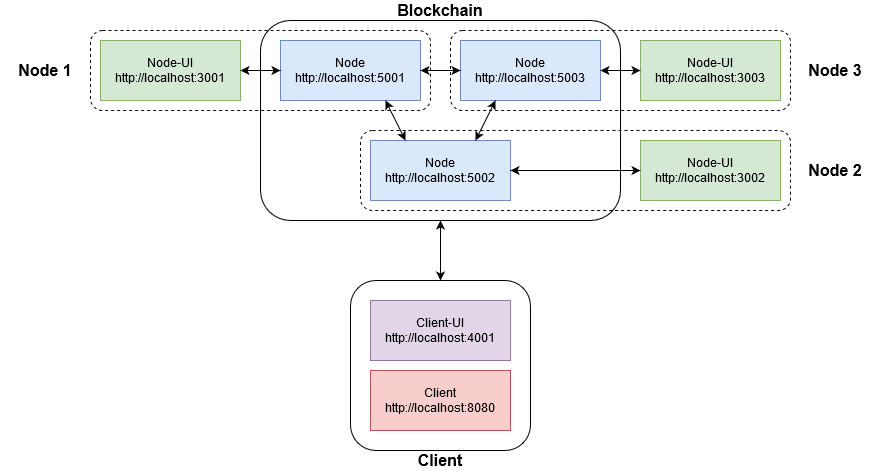
The draw.io diagram img-readme/ExampleArchitecture.png in mirooon/GoBlockchain, before a commit. Source tidied: cells renumbered, new cells last; positions are measured from the earlier drawing's top-left corner, leaving out a move shared by most shapes. Source of this version:
```xml
<mxGraphModel>
  <root>
    <mxCell id="0" />
    <mxCell id="1" parent="0" />
    <mxCell id="2" style="rounded=1;whiteSpace=wrap;html=1;fillColor=none;dashed=1;" parent="1" vertex="1">
      <mxGeometry x="90" y="30" width="340" height="80" as="geometry" />
    </mxCell>
    <mxCell id="3" value="&lt;div&gt;Node&lt;/div&gt;&lt;div&gt;http://localhost:5003&lt;br&gt;&lt;/div&gt;" style="rounded=0;whiteSpace=wrap;html=1;fillColor=#dae8fc;strokeColor=#6c8ebf;" parent="1" vertex="1">
      <mxGeometry x="460" y="40" width="140" height="60" as="geometry" />
    </mxCell>
    <mxCell id="4" value="&lt;div&gt;Node-UI&lt;/div&gt;&lt;div&gt;http://localhost:3003&lt;br&gt;&lt;/div&gt;" style="rounded=0;whiteSpace=wrap;html=1;fillColor=#d5e8d4;strokeColor=#82b366;" parent="1" vertex="1">
      <mxGeometry x="640" y="40" width="140" height="60" as="geometry" />
    </mxCell>
    <mxCell id="5" value="&lt;div&gt;Node&lt;/div&gt;&lt;div&gt;http://localhost:5001&lt;/div&gt;" style="rounded=0;whiteSpace=wrap;html=1;fillColor=#dae8fc;strokeColor=#6c8ebf;" parent="1" vertex="1">
      <mxGeometry x="280" y="40" width="140" height="60" as="geometry" />
    </mxCell>
    <mxCell id="6" value="&lt;div&gt;Node-UI&lt;/div&gt;&lt;div&gt;http://localhost:3001&lt;br&gt;&lt;/div&gt;" style="rounded=0;whiteSpace=wrap;html=1;fillColor=#d5e8d4;strokeColor=#82b366;" parent="1" vertex="1">
      <mxGeometry x="100" y="40" width="140" height="60" as="geometry" />
    </mxCell>
    <mxCell id="7" value="&lt;div&gt;Node&lt;/div&gt;&lt;div&gt;http://localhost:5002&lt;/div&gt;" style="rounded=0;whiteSpace=wrap;html=1;fillColor=#dae8fc;strokeColor=#6c8ebf;" parent="1" vertex="1">
      <mxGeometry x="370" y="140" width="140" height="60" as="geometry" />
    </mxCell>
    <mxCell id="8" value="&lt;div&gt;Client-UI&lt;/div&gt;&lt;div&gt;http://localhost:4001&lt;/div&gt;" style="rounded=0;whiteSpace=wrap;html=1;fillColor=#e1d5e7;strokeColor=#9673a6;" parent="1" vertex="1">
      <mxGeometry x="370" y="300" width="140" height="60" as="geometry" />
    </mxCell>
    <mxCell id="9" value="&lt;div&gt;Client&lt;br&gt;&lt;/div&gt;&lt;div&gt;http://localhost:8080&lt;/div&gt;" style="rounded=0;whiteSpace=wrap;html=1;fillColor=#f8cecc;strokeColor=#b85450;" parent="1" vertex="1">
      <mxGeometry x="370" y="370" width="140" height="60" as="geometry" />
    </mxCell>
    <mxCell id="10" style="endArrow=classic;startArrow=classic;html=1;entryX=0.5;entryY=1;entryDx=0;entryDy=0;exitX=0.5;exitY=0;exitDx=0;exitDy=0;" parent="1" edge="1" source="11" target="13">
      <mxGeometry relative="1" as="geometry" />
    </mxCell>
    <mxCell id="11" style="rounded=1;whiteSpace=wrap;html=1;fillColor=none;" parent="1" vertex="1">
      <mxGeometry x="350" y="280" width="180" height="170" as="geometry" />
    </mxCell>
    <mxCell id="12" value="&lt;div style=&quot;font-size: 16px&quot;&gt;&lt;b&gt;&lt;font style=&quot;font-size: 16px&quot;&gt;Client&lt;/font&gt;&lt;/b&gt;&lt;/div&gt;" style="text;html=1;strokeColor=none;fillColor=none;align=center;verticalAlign=middle;whiteSpace=wrap;rounded=0;" parent="1" vertex="1">
      <mxGeometry x="420" y="450" width="40" height="20" as="geometry" />
    </mxCell>
    <mxCell id="13" style="rounded=1;whiteSpace=wrap;html=1;fillColor=none;" parent="1" vertex="1">
      <mxGeometry x="260" y="20" width="360" height="200" as="geometry" />
    </mxCell>
    <mxCell id="14" value="&lt;b&gt;&lt;font style=&quot;font-size: 16px&quot;&gt;Blockchain&lt;/font&gt;&lt;/b&gt;" style="text;html=1;strokeColor=none;fillColor=none;align=center;verticalAlign=middle;whiteSpace=wrap;rounded=0;" parent="1" vertex="1">
      <mxGeometry x="420" width="40" height="20" as="geometry" />
    </mxCell>
    <mxCell id="15" value="&lt;div&gt;Node-UI&lt;/div&gt;&lt;div&gt;http://localhost:3002&lt;br&gt;&lt;/div&gt;" style="rounded=0;whiteSpace=wrap;html=1;fillColor=#d5e8d4;strokeColor=#82b366;" parent="1" vertex="1">
      <mxGeometry x="640" y="140" width="140" height="60" as="geometry" />
    </mxCell>
    <mxCell id="16" style="endArrow=classic;startArrow=classic;html=1;entryX=0;entryY=0.5;entryDx=0;entryDy=0;exitX=1;exitY=0.5;exitDx=0;exitDy=0;" parent="1" edge="1" source="6" target="5">
      <mxGeometry relative="1" as="geometry" />
    </mxCell>
    <mxCell id="17" style="endArrow=classic;startArrow=classic;html=1;entryX=1;entryY=0.5;entryDx=0;entryDy=0;" parent="1" edge="1" source="4" target="3">
      <mxGeometry relative="1" as="geometry" />
    </mxCell>
    <mxCell id="18" style="endArrow=classic;startArrow=classic;html=1;entryX=0;entryY=0.5;entryDx=0;entryDy=0;exitX=1;exitY=0.5;exitDx=0;exitDy=0;" parent="1" edge="1" source="7" target="15">
      <mxGeometry relative="1" as="geometry" />
    </mxCell>
    <mxCell id="19" style="endArrow=classic;startArrow=classic;html=1;entryX=0.75;entryY=1;entryDx=0;entryDy=0;exitX=0.25;exitY=0;exitDx=0;exitDy=0;" parent="1" edge="1" source="7" target="5">
      <mxGeometry relative="1" as="geometry" />
    </mxCell>
    <mxCell id="20" style="endArrow=classic;startArrow=classic;html=1;entryX=0.25;entryY=1;entryDx=0;entryDy=0;exitX=0.75;exitY=0;exitDx=0;exitDy=0;" parent="1" edge="1" source="7" target="3">
      <mxGeometry relative="1" as="geometry" />
    </mxCell>
    <mxCell id="21" style="endArrow=classic;startArrow=classic;html=1;entryX=0;entryY=0.5;entryDx=0;entryDy=0;" parent="1" edge="1" source="5" target="3">
      <mxGeometry relative="1" as="geometry" />
    </mxCell>
    <mxCell id="22" style="rounded=1;whiteSpace=wrap;html=1;fillColor=none;dashed=1;" parent="1" vertex="1">
      <mxGeometry x="450" y="30" width="340" height="80" as="geometry" />
    </mxCell>
    <mxCell id="23" style="rounded=1;whiteSpace=wrap;html=1;fillColor=none;dashed=1;" parent="1" vertex="1">
      <mxGeometry x="360" y="130" width="430" height="80" as="geometry" />
    </mxCell>
    <mxCell id="24" value="&lt;b&gt;&lt;font style=&quot;font-size: 16px&quot;&gt;Node 1&lt;br&gt;&lt;/font&gt;&lt;/b&gt;" style="text;html=1;strokeColor=none;fillColor=none;align=center;verticalAlign=middle;whiteSpace=wrap;rounded=0;" parent="1" vertex="1">
      <mxGeometry y="60" width="90" height="20" as="geometry" />
    </mxCell>
    <mxCell id="25" value="&lt;b&gt;&lt;font style=&quot;font-size: 16px&quot;&gt;Node 3&lt;br&gt;&lt;/font&gt;&lt;/b&gt;" style="text;html=1;strokeColor=none;fillColor=none;align=center;verticalAlign=middle;whiteSpace=wrap;rounded=0;" parent="1" vertex="1">
      <mxGeometry x="790" y="60" width="90" height="20" as="geometry" />
    </mxCell>
    <mxCell id="26" value="&lt;b&gt;&lt;font style=&quot;font-size: 16px&quot;&gt;Node 2&lt;br&gt;&lt;/font&gt;&lt;/b&gt;" style="text;html=1;strokeColor=none;fillColor=none;align=center;verticalAlign=middle;whiteSpace=wrap;rounded=0;" parent="1" vertex="1">
      <mxGeometry x="790" y="160" width="90" height="20" as="geometry" />
    </mxCell>
  </root>
</mxGraphModel>
```
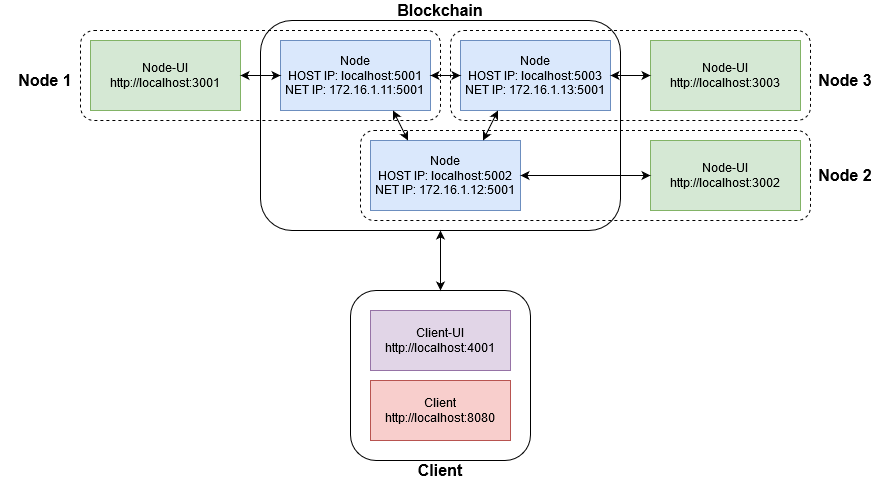
Later version of the same file.

The edit, as a diff of the source:
```diff
@@ -2,23 +2,35 @@
   <root>
     <mxCell id="0" />
     <mxCell id="1" parent="0" />
+    <mxCell id="11" style="rounded=1;whiteSpace=wrap;html=1;fillColor=none;" parent="1" vertex="1">
+      <mxGeometry x="350" y="280" width="180" height="170" as="geometry" />
+    </mxCell>
+    <mxCell id="23" style="rounded=1;whiteSpace=wrap;html=1;fillColor=none;dashed=1;" parent="1" vertex="1">
+      <mxGeometry x="360" y="120" width="450" height="90" as="geometry" />
+    </mxCell>
+    <mxCell id="22" style="rounded=1;whiteSpace=wrap;html=1;fillColor=none;dashed=1;" parent="1" vertex="1">
+      <mxGeometry x="450" y="20" width="360" height="90" as="geometry" />
+    </mxCell>
+    <mxCell id="13" style="rounded=1;whiteSpace=wrap;html=1;fillColor=none;" parent="1" vertex="1">
+      <mxGeometry x="260" y="10" width="360" height="210" as="geometry" />
+    </mxCell>
     <mxCell id="2" style="rounded=1;whiteSpace=wrap;html=1;fillColor=none;dashed=1;" parent="1" vertex="1">
-      <mxGeometry x="90" y="30" width="340" height="80" as="geometry" />
+      <mxGeometry x="80" y="20" width="360" height="90" as="geometry" />
     </mxCell>
-    <mxCell id="3" value="&lt;div&gt;Node&lt;/div&gt;&lt;div&gt;http://localhost:5003&lt;br&gt;&lt;/div&gt;" style="rounded=0;whiteSpace=wrap;html=1;fillColor=#dae8fc;strokeColor=#6c8ebf;" parent="1" vertex="1">
-      <mxGeometry x="460" y="40" width="140" height="60" as="geometry" />
+    <mxCell id="3" value="&lt;div&gt;Node&lt;/div&gt;&lt;div&gt;HOST IP: localhost:5003&lt;/div&gt;&lt;div&gt;NET IP: 172.16.1.13:5001&lt;br&gt;&lt;/div&gt;" style="rounded=0;whiteSpace=wrap;html=1;fillColor=#dae8fc;strokeColor=#6c8ebf;" parent="1" vertex="1">
+      <mxGeometry x="460" y="30" width="150" height="70" as="geometry" />
     </mxCell>
     <mxCell id="4" value="&lt;div&gt;Node-UI&lt;/div&gt;&lt;div&gt;http://localhost:3003&lt;br&gt;&lt;/div&gt;" style="rounded=0;whiteSpace=wrap;html=1;fillColor=#d5e8d4;strokeColor=#82b366;" parent="1" vertex="1">
-      <mxGeometry x="640" y="40" width="140" height="60" as="geometry" />
+      <mxGeometry x="650" y="30" width="150" height="70" as="geometry" />
     </mxCell>
-    <mxCell id="5" value="&lt;div&gt;Node&lt;/div&gt;&lt;div&gt;http://localhost:5001&lt;/div&gt;" style="rounded=0;whiteSpace=wrap;html=1;fillColor=#dae8fc;strokeColor=#6c8ebf;" parent="1" vertex="1">
-      <mxGeometry x="280" y="40" width="140" height="60" as="geometry" />
+    <mxCell id="5" value="&lt;div&gt;Node&lt;/div&gt;&lt;div&gt;HOST IP: localhost:5001&lt;/div&gt;&lt;div&gt;NET IP: 172.16.1.11:5001&lt;br&gt;&lt;/div&gt;" style="rounded=0;whiteSpace=wrap;html=1;fillColor=#dae8fc;strokeColor=#6c8ebf;" parent="1" vertex="1">
+      <mxGeometry x="280" y="30" width="150" height="70" as="geometry" />
     </mxCell>
     <mxCell id="6" value="&lt;div&gt;Node-UI&lt;/div&gt;&lt;div&gt;http://localhost:3001&lt;br&gt;&lt;/div&gt;" style="rounded=0;whiteSpace=wrap;html=1;fillColor=#d5e8d4;strokeColor=#82b366;" parent="1" vertex="1">
-      <mxGeometry x="100" y="40" width="140" height="60" as="geometry" />
+      <mxGeometry x="90" y="30" width="150" height="70" as="geometry" />
     </mxCell>
-    <mxCell id="7" value="&lt;div&gt;Node&lt;/div&gt;&lt;div&gt;http://localhost:5002&lt;/div&gt;" style="rounded=0;whiteSpace=wrap;html=1;fillColor=#dae8fc;strokeColor=#6c8ebf;" parent="1" vertex="1">
-      <mxGeometry x="370" y="140" width="140" height="60" as="geometry" />
+    <mxCell id="7" value="&lt;div&gt;Node&lt;/div&gt;&lt;div&gt;HOST IP: localhost:5002&lt;/div&gt;&lt;div&gt;NET IP: 172.16.1.12:5001&lt;br&gt;&lt;/div&gt;" style="rounded=0;whiteSpace=wrap;html=1;fillColor=#dae8fc;strokeColor=#6c8ebf;" parent="1" vertex="1">
+      <mxGeometry x="370" y="130" width="150" height="70" as="geometry" />
     </mxCell>
     <mxCell id="8" value="&lt;div&gt;Client-UI&lt;/div&gt;&lt;div&gt;http://localhost:4001&lt;/div&gt;" style="rounded=0;whiteSpace=wrap;html=1;fillColor=#e1d5e7;strokeColor=#9673a6;" parent="1" vertex="1">
       <mxGeometry x="370" y="300" width="140" height="60" as="geometry" />
@@ -29,20 +41,14 @@
     <mxCell id="10" style="endArrow=classic;startArrow=classic;html=1;entryX=0.5;entryY=1;entryDx=0;entryDy=0;exitX=0.5;exitY=0;exitDx=0;exitDy=0;" parent="1" edge="1" source="11" target="13">
       <mxGeometry relative="1" as="geometry" />
     </mxCell>
-    <mxCell id="11" style="rounded=1;whiteSpace=wrap;html=1;fillColor=none;" parent="1" vertex="1">
-      <mxGeometry x="350" y="280" width="180" height="170" as="geometry" />
-    </mxCell>
     <mxCell id="12" value="&lt;div style=&quot;font-size: 16px&quot;&gt;&lt;b&gt;&lt;font style=&quot;font-size: 16px&quot;&gt;Client&lt;/font&gt;&lt;/b&gt;&lt;/div&gt;" style="text;html=1;strokeColor=none;fillColor=none;align=center;verticalAlign=middle;whiteSpace=wrap;rounded=0;" parent="1" vertex="1">
       <mxGeometry x="420" y="450" width="40" height="20" as="geometry" />
     </mxCell>
-    <mxCell id="13" style="rounded=1;whiteSpace=wrap;html=1;fillColor=none;" parent="1" vertex="1">
-      <mxGeometry x="260" y="20" width="360" height="200" as="geometry" />
-    </mxCell>
     <mxCell id="14" value="&lt;b&gt;&lt;font style=&quot;font-size: 16px&quot;&gt;Blockchain&lt;/font&gt;&lt;/b&gt;" style="text;html=1;strokeColor=none;fillColor=none;align=center;verticalAlign=middle;whiteSpace=wrap;rounded=0;" parent="1" vertex="1">
-      <mxGeometry x="420" width="40" height="20" as="geometry" />
+      <mxGeometry x="420" y="-10" width="40" height="20" as="geometry" />
     </mxCell>
     <mxCell id="15" value="&lt;div&gt;Node-UI&lt;/div&gt;&lt;div&gt;http://localhost:3002&lt;br&gt;&lt;/div&gt;" style="rounded=0;whiteSpace=wrap;html=1;fillColor=#d5e8d4;strokeColor=#82b366;" parent="1" vertex="1">
-      <mxGeometry x="640" y="140" width="140" height="60" as="geometry" />
+      <mxGeometry x="650" y="130" width="150" height="70" as="geometry" />
     </mxCell>
     <mxCell id="16" style="endArrow=classic;startArrow=classic;html=1;entryX=0;entryY=0.5;entryDx=0;entryDy=0;exitX=1;exitY=0.5;exitDx=0;exitDy=0;" parent="1" edge="1" source="6" target="5">
       <mxGeometry relative="1" as="geometry" />
@@ -62,20 +68,14 @@
     <mxCell id="21" style="endArrow=classic;startArrow=classic;html=1;entryX=0;entryY=0.5;entryDx=0;entryDy=0;" parent="1" edge="1" source="5" target="3">
       <mxGeometry relative="1" as="geometry" />
     </mxCell>
-    <mxCell id="22" style="rounded=1;whiteSpace=wrap;html=1;fillColor=none;dashed=1;" parent="1" vertex="1">
-      <mxGeometry x="450" y="30" width="340" height="80" as="geometry" />
-    </mxCell>
-    <mxCell id="23" style="rounded=1;whiteSpace=wrap;html=1;fillColor=none;dashed=1;" parent="1" vertex="1">
-      <mxGeometry x="360" y="130" width="430" height="80" as="geometry" />
-    </mxCell>
     <mxCell id="24" value="&lt;b&gt;&lt;font style=&quot;font-size: 16px&quot;&gt;Node 1&lt;br&gt;&lt;/font&gt;&lt;/b&gt;" style="text;html=1;strokeColor=none;fillColor=none;align=center;verticalAlign=middle;whiteSpace=wrap;rounded=0;" parent="1" vertex="1">
       <mxGeometry y="60" width="90" height="20" as="geometry" />
     </mxCell>
     <mxCell id="25" value="&lt;b&gt;&lt;font style=&quot;font-size: 16px&quot;&gt;Node 3&lt;br&gt;&lt;/font&gt;&lt;/b&gt;" style="text;html=1;strokeColor=none;fillColor=none;align=center;verticalAlign=middle;whiteSpace=wrap;rounded=0;" parent="1" vertex="1">
-      <mxGeometry x="790" y="60" width="90" height="20" as="geometry" />
+      <mxGeometry x="800" y="60" width="90" height="20" as="geometry" />
     </mxCell>
     <mxCell id="26" value="&lt;b&gt;&lt;font style=&quot;font-size: 16px&quot;&gt;Node 2&lt;br&gt;&lt;/font&gt;&lt;/b&gt;" style="text;html=1;strokeColor=none;fillColor=none;align=center;verticalAlign=middle;whiteSpace=wrap;rounded=0;" parent="1" vertex="1">
-      <mxGeometry x="790" y="160" width="90" height="20" as="geometry" />
+      <mxGeometry x="800" y="155" width="90" height="20" as="geometry" />
     </mxCell>
   </root>
 </mxGraphModel>
```
